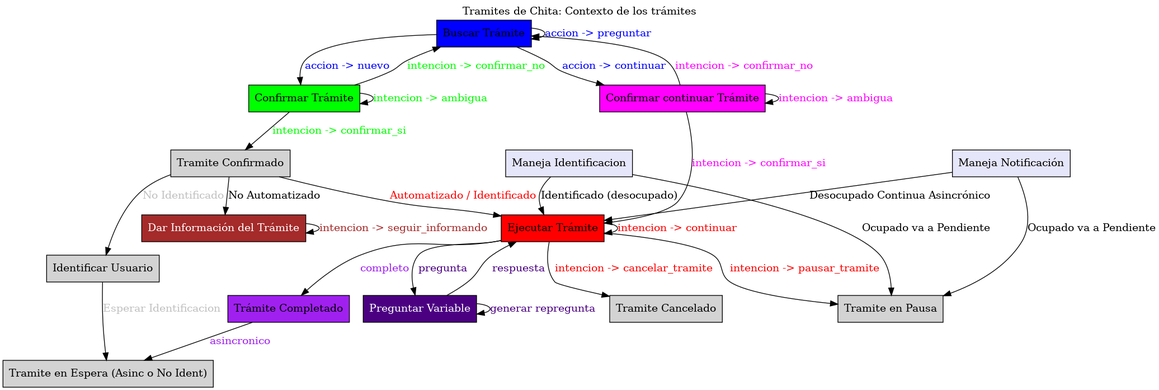
The Graphviz diagram fasesllm.png in vaucheret/cheetha, before a commit. Its source is kept beside it as fasesllm.dot.
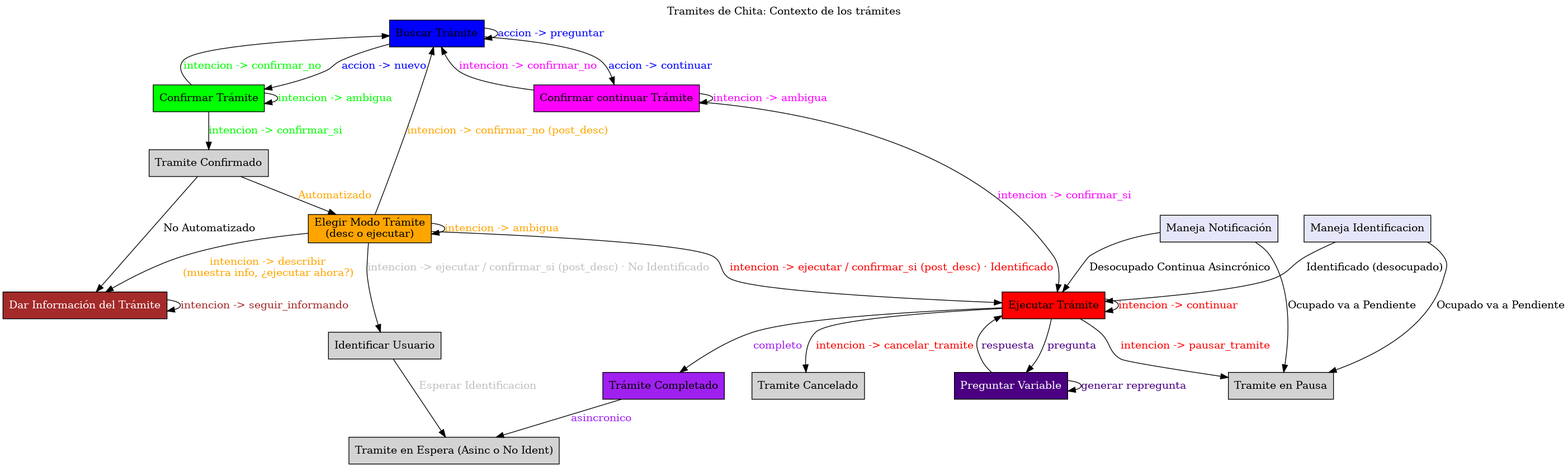
After the commit.

Change to the diagram source:
```diff
@@ -13,6 +13,7 @@
     tramite_completado [label="Trámite Completado" shape=box fillcolor=purple ];
     preguntar_variable [label="Preguntar Variable" shape=box fillcolor=indigo,fontcolor=white];
     tramite_confirmado [label="Tramite Confirmado" shape=box];
+    elegir_modo_tramite [label="Elegir Modo Trámite\n(desc o ejecutar)" shape=box fillcolor=orange];
     identificar_usuario [label="Identificar Usuario" shape=box];
     en_pausa [label="Tramite en Pausa" shape=box ];
     en_espera [label="Tramite en Espera (Asinc o No Ident)" ];
@@ -26,9 +27,14 @@
 
     confirmar_tramite -> tramite_confirmado [label="intencion -> confirmar_si" fontcolor=green];
 
-    tramite_confirmado -> ejecutar_tramite [label="Automatizado / Identificado" fontcolor=red];
-    tramite_confirmado -> identificar_usuario [label="No Identificado" fontcolor=gray ];
+    tramite_confirmado -> elegir_modo_tramite [label="Automatizado" fontcolor=orange];
     tramite_confirmado -> informar_tramite [label="No Automatizado" fontcolor=black ];
+
+    elegir_modo_tramite -> informar_tramite [label="intencion -> describir\n(muestra info, ¿ejecutar ahora?)" fontcolor=orange];
+    elegir_modo_tramite -> elegir_modo_tramite [label="intencion -> ambigua" fontcolor=orange];
+    elegir_modo_tramite -> ejecutar_tramite [label="intencion -> ejecutar / confirmar_si (post_desc) · Identificado" fontcolor=red];
+    elegir_modo_tramite -> identificar_usuario [label="intencion -> ejecutar / confirmar_si (post_desc) · No Identificado" fontcolor=gray];
+    elegir_modo_tramite -> buscar_tramite [label="intencion -> confirmar_no (post_desc)" fontcolor=orange];
 
     identificar_usuario -> en_espera [label="Esperar Identificacion" fontcolor=gray ];
     informar_tramite -> informar_tramite [label="intencion -> seguir_informando" fontcolor=brown ];
```
